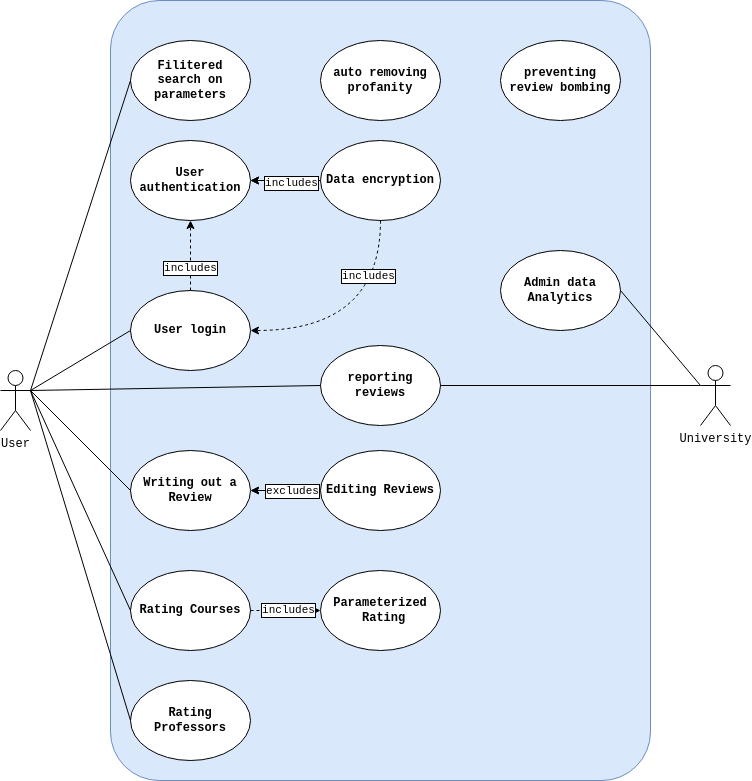
Ahmed-Waseem77/valuni keeps this draw.io diagram as requirements_specification/USECASE.drawio.png. Above is the earlier version. Source tidied: cells renumbered, new cells last; positions are measured from the earlier drawing's top-left corner, leaving out a move shared by most shapes. The source it was exported from:
```xml
<mxGraphModel>
  <root>
    <mxCell id="0" />
    <mxCell id="1" parent="0" />
    <mxCell id="2" style="rounded=1;whiteSpace=wrap;html=1;fontSize=11;arcSize=9;fillColor=#dae8fc;strokeColor=#6c8ebf;" parent="1" vertex="1">
      <mxGeometry x="110" width="540" height="780" as="geometry" />
    </mxCell>
    <mxCell id="3" value="University" style="shape=umlActor;verticalLabelPosition=bottom;verticalAlign=top;html=1;outlineConnect=0;fontFamily=Courier New;" parent="1" vertex="1">
      <mxGeometry x="700" y="365" width="30" height="60" as="geometry" />
    </mxCell>
    <mxCell id="4" value="User" style="shape=umlActor;verticalLabelPosition=bottom;verticalAlign=top;html=1;outlineConnect=0;fontFamily=Courier New;" parent="1" vertex="1">
      <mxGeometry y="370" width="30" height="60" as="geometry" />
    </mxCell>
    <mxCell id="5" value="User authentication" style="ellipse;whiteSpace=wrap;html=1;fontStyle=1;fontFamily=Courier New;fontSize=12;" parent="1" vertex="1">
      <mxGeometry x="130" y="140" width="120" height="80" as="geometry" />
    </mxCell>
    <mxCell id="6" value="User login" style="ellipse;whiteSpace=wrap;html=1;fontStyle=1;fontFamily=Courier New;fontSize=12;" parent="1" vertex="1">
      <mxGeometry x="130" y="290" width="120" height="80" as="geometry" />
    </mxCell>
    <mxCell id="7" style="edgeStyle=orthogonalEdgeStyle;rounded=0;jettySize=auto;html=1;" parent="1" edge="1" source="8" target="5">
      <mxGeometry relative="1" as="geometry" />
    </mxCell>
    <mxCell id="8" value="Data encryption" style="ellipse;whiteSpace=wrap;html=1;fontStyle=1;fontFamily=Courier New;fontSize=12;" parent="1" vertex="1">
      <mxGeometry x="320" y="140" width="120" height="80" as="geometry" />
    </mxCell>
    <mxCell id="9" value="Rating Courses" style="ellipse;whiteSpace=wrap;html=1;fontStyle=1;fontFamily=Courier New;fontSize=12;" parent="1" vertex="1">
      <mxGeometry x="130" y="570" width="120" height="80" as="geometry" />
    </mxCell>
    <mxCell id="10" value="Rating Professors" style="ellipse;whiteSpace=wrap;html=1;fontStyle=1;fontFamily=Courier New;fontSize=12;" parent="1" vertex="1">
      <mxGeometry x="130" y="680" width="120" height="80" as="geometry" />
    </mxCell>
    <mxCell id="11" value="Writing out a Review" style="ellipse;whiteSpace=wrap;html=1;fontStyle=1;fontFamily=Courier New;fontSize=12;" parent="1" vertex="1">
      <mxGeometry x="130" y="450" width="120" height="80" as="geometry" />
    </mxCell>
    <mxCell id="12" value="Parameterized&lt;br style=&quot;font-size: 12px;&quot;&gt;&amp;nbsp;Rating" style="ellipse;whiteSpace=wrap;html=1;fontStyle=1;fontFamily=Courier New;fontSize=12;" parent="1" vertex="1">
      <mxGeometry x="320" y="570" width="120" height="80" as="geometry" />
    </mxCell>
    <mxCell id="13" value="Filitered &lt;br&gt;search on parameters" style="ellipse;whiteSpace=wrap;html=1;fontStyle=1;fontFamily=Courier New;fontSize=12;" parent="1" vertex="1">
      <mxGeometry x="130" y="40" width="120" height="80" as="geometry" />
    </mxCell>
    <mxCell id="14" value="auto removing profanity" style="ellipse;whiteSpace=wrap;html=1;fontStyle=1;fontFamily=Courier New;fontSize=12;" parent="1" vertex="1">
      <mxGeometry x="320" y="40" width="120" height="80" as="geometry" />
    </mxCell>
    <mxCell id="15" value="reporting reviews" style="ellipse;whiteSpace=wrap;html=1;fontStyle=1;fontFamily=Courier New;fontSize=12;" parent="1" vertex="1">
      <mxGeometry x="320" y="345" width="120" height="80" as="geometry" />
    </mxCell>
    <mxCell id="16" style="edgeStyle=orthogonalEdgeStyle;rounded=0;jettySize=auto;html=1;" parent="1" edge="1" source="17" target="11">
      <mxGeometry relative="1" as="geometry" />
    </mxCell>
    <mxCell id="17" value="Editing Reviews" style="ellipse;whiteSpace=wrap;html=1;fontStyle=1;fontFamily=Courier New;fontSize=12;" parent="1" vertex="1">
      <mxGeometry x="320" y="450" width="120" height="80" as="geometry" />
    </mxCell>
    <mxCell id="18" value="preventing review bombing" style="ellipse;whiteSpace=wrap;html=1;fontStyle=1;fontFamily=Courier New;fontSize=12;" parent="1" vertex="1">
      <mxGeometry x="500" y="40" width="120" height="80" as="geometry" />
    </mxCell>
    <mxCell id="19" value="Admin data Analytics" style="ellipse;whiteSpace=wrap;html=1;fontStyle=1;fontFamily=Courier New;fontSize=12;" parent="1" vertex="1">
      <mxGeometry x="500" y="250" width="120" height="80" as="geometry" />
    </mxCell>
    <mxCell id="20" style="endArrow=none;html=1;rounded=0;exitX=1;exitY=0.3333333333333333;exitDx=0;exitDy=0;exitPerimeter=0;entryX=0;entryY=0.5;entryDx=0;entryDy=0;" parent="1" edge="1" source="4" target="6">
      <mxGeometry relative="1" as="geometry" />
    </mxCell>
    <mxCell id="21" style="endArrow=classic;html=1;rounded=0;exitX=0.5;exitY=0;exitDx=0;exitDy=0;entryX=0.5;entryY=1;entryDx=0;entryDy=0;fontFamily=Courier New;dashed=1;" parent="1" edge="1" source="6" target="5">
      <mxGeometry relative="1" as="geometry" />
    </mxCell>
    <mxCell id="22" value="includes" style="edgeLabel;html=1;align=center;verticalAlign=middle;labelBackgroundColor=default;fontFamily=Courier New;labelBorderColor=default;" parent="21" vertex="1">
      <mxGeometry x="-0.38" y="1" relative="1" as="geometry" />
    </mxCell>
    <mxCell id="23" style="endArrow=none;html=1;rounded=0;exitX=1;exitY=0.5;exitDx=0;exitDy=0;entryX=0;entryY=0.5;entryDx=0;entryDy=0;endFill=0;startArrow=classicThin;startFill=1;fontFamily=Courier New;dashed=1;" parent="1" edge="1" source="11" target="17">
      <mxGeometry relative="1" as="geometry" />
    </mxCell>
    <mxCell id="24" value="excludes" style="edgeLabel;html=1;align=center;verticalAlign=middle;labelBackgroundColor=default;fontFamily=Courier New;labelBorderColor=default;" parent="23" vertex="1">
      <mxGeometry x="0.42" y="-1" relative="1" as="geometry">
        <mxPoint x="-9" y="-1" as="offset" />
      </mxGeometry>
    </mxCell>
    <mxCell id="25" style="endArrow=none;html=1;rounded=0;entryX=0;entryY=0.3333333333333333;entryDx=0;entryDy=0;entryPerimeter=0;exitX=1;exitY=0.5;exitDx=0;exitDy=0;" parent="1" edge="1" source="19" target="3">
      <mxGeometry relative="1" as="geometry" />
    </mxCell>
    <mxCell id="26" style="endArrow=classic;html=1;rounded=0;entryX=1;entryY=0.5;entryDx=0;entryDy=0;fontFamily=Courier New;dashed=1;" parent="1" edge="1" target="5">
      <mxGeometry relative="1" as="geometry">
        <mxPoint x="320" y="180" as="sourcePoint" />
      </mxGeometry>
    </mxCell>
    <mxCell id="27" value="includes" style="edgeLabel;html=1;align=center;verticalAlign=middle;labelBackgroundColor=default;fontFamily=Courier New;labelBorderColor=default;" parent="26" vertex="1">
      <mxGeometry x="-0.15" y="2" relative="1" as="geometry" />
    </mxCell>
    <mxCell id="28" style="endArrow=none;html=1;rounded=0;exitX=1;exitY=0.3333333333333333;exitDx=0;exitDy=0;exitPerimeter=0;entryX=0;entryY=0.5;entryDx=0;entryDy=0;" parent="1" edge="1" source="4" target="9">
      <mxGeometry relative="1" as="geometry" />
    </mxCell>
    <mxCell id="29" style="endArrow=none;html=1;rounded=0;exitX=1;exitY=0.3333333333333333;exitDx=0;exitDy=0;exitPerimeter=0;entryX=0;entryY=0.5;entryDx=0;entryDy=0;" parent="1" edge="1" source="4" target="11">
      <mxGeometry relative="1" as="geometry" />
    </mxCell>
    <mxCell id="30" style="endArrow=none;html=1;rounded=0;entryX=0;entryY=0.5;entryDx=0;entryDy=0;" parent="1" edge="1" target="10">
      <mxGeometry relative="1" as="geometry">
        <mxPoint x="30" y="390" as="sourcePoint" />
      </mxGeometry>
    </mxCell>
    <mxCell id="31" style="endArrow=classic;html=1;rounded=0;exitX=1;exitY=0.5;exitDx=0;exitDy=0;entryX=0;entryY=0.5;entryDx=0;entryDy=0;fontFamily=Courier New;dashed=1;" parent="1" edge="1" source="9" target="12">
      <mxGeometry relative="1" as="geometry" />
    </mxCell>
    <mxCell id="32" value="includes" style="edgeLabel;html=1;align=center;verticalAlign=middle;labelBackgroundColor=default;fontFamily=Courier New;labelBorderColor=default;" parent="31" vertex="1">
      <mxGeometry x="0.09" y="1" relative="1" as="geometry" />
    </mxCell>
    <mxCell id="33" style="endArrow=none;html=1;rounded=0;entryX=0;entryY=0.5;entryDx=0;entryDy=0;" parent="1" edge="1" target="13">
      <mxGeometry relative="1" as="geometry">
        <mxPoint x="30" y="390" as="sourcePoint" />
      </mxGeometry>
    </mxCell>
    <mxCell id="34" style="endArrow=classic;html=1;rounded=0;entryX=1;entryY=0.5;entryDx=0;entryDy=0;edgeStyle=orthogonalEdgeStyle;curved=1;exitX=0.5;exitY=1;exitDx=0;exitDy=0;fontFamily=Courier New;dashed=1;" parent="1" edge="1" source="8" target="6">
      <mxGeometry relative="1" as="geometry">
        <Array as="points">
          <mxPoint x="380" y="330" />
        </Array>
      </mxGeometry>
    </mxCell>
    <mxCell id="35" value="includes" style="edgeLabel;html=1;align=center;verticalAlign=middle;labelBackgroundColor=default;fontFamily=Courier New;labelBorderColor=default;" parent="34" vertex="1">
      <mxGeometry x="-0.54" y="-13" relative="1" as="geometry" />
    </mxCell>
    <mxCell id="36" style="endArrow=none;html=1;rounded=0;entryX=0;entryY=0.5;entryDx=0;entryDy=0;" parent="1" edge="1" target="15">
      <mxGeometry relative="1" as="geometry">
        <mxPoint x="30" y="390" as="sourcePoint" />
      </mxGeometry>
    </mxCell>
    <mxCell id="37" style="endArrow=none;html=1;rounded=0;exitX=1;exitY=0.5;exitDx=0;exitDy=0;entryX=0;entryY=0.3333333333333333;entryDx=0;entryDy=0;entryPerimeter=0;" parent="1" edge="1" source="15" target="3">
      <mxGeometry relative="1" as="geometry" />
    </mxCell>
  </root>
</mxGraphModel>
```
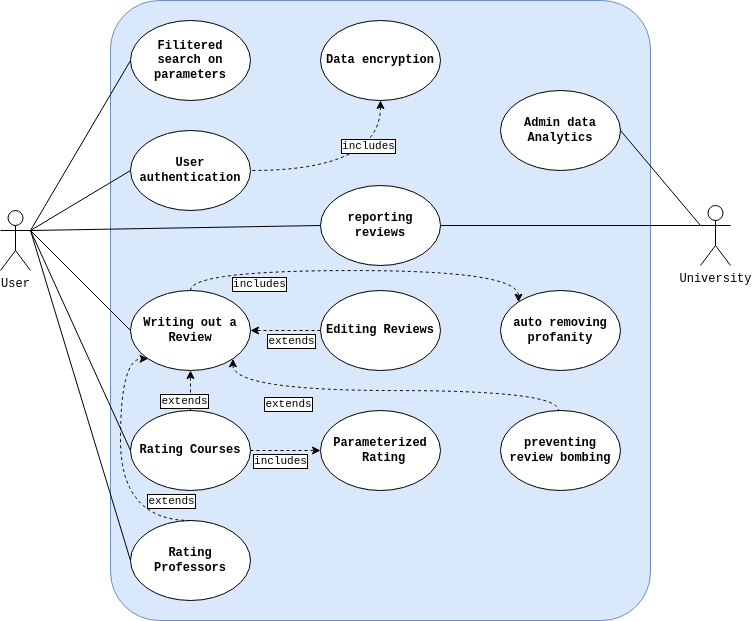
After the change.

Commit message:
RS document, Usecases updated

What changed in the source:
```diff
@@ -3,7 +3,7 @@
     <mxCell id="0" />
     <mxCell id="1" parent="0" />
     <mxCell id="2" style="rounded=1;whiteSpace=wrap;html=1;fontSize=11;arcSize=9;fillColor=#dae8fc;strokeColor=#6c8ebf;" parent="1" vertex="1">
-      <mxGeometry x="110" width="540" height="780" as="geometry" />
+      <mxGeometry x="110" y="160" width="540" height="620" as="geometry" />
     </mxCell>
     <mxCell id="3" value="University" style="shape=umlActor;verticalLabelPosition=bottom;verticalAlign=top;html=1;outlineConnect=0;fontFamily=Courier New;" parent="1" vertex="1">
       <mxGeometry x="700" y="365" width="30" height="60" as="geometry" />
@@ -12,16 +12,10 @@
       <mxGeometry y="370" width="30" height="60" as="geometry" />
     </mxCell>
     <mxCell id="5" value="User authentication" style="ellipse;whiteSpace=wrap;html=1;fontStyle=1;fontFamily=Courier New;fontSize=12;" parent="1" vertex="1">
-      <mxGeometry x="130" y="140" width="120" height="80" as="geometry" />
+      <mxGeometry x="130" y="290" width="120" height="80" as="geometry" />
     </mxCell>
-    <mxCell id="6" value="User login" style="ellipse;whiteSpace=wrap;html=1;fontStyle=1;fontFamily=Courier New;fontSize=12;" parent="1" vertex="1">
-      <mxGeometry x="130" y="290" width="120" height="80" as="geometry" />
-    </mxCell>
-    <mxCell id="7" style="edgeStyle=orthogonalEdgeStyle;rounded=0;jettySize=auto;html=1;" parent="1" edge="1" source="8" target="5">
-      <mxGeometry relative="1" as="geometry" />
-    </mxCell>
     <mxCell id="8" value="Data encryption" style="ellipse;whiteSpace=wrap;html=1;fontStyle=1;fontFamily=Courier New;fontSize=12;" parent="1" vertex="1">
-      <mxGeometry x="320" y="140" width="120" height="80" as="geometry" />
+      <mxGeometry x="320" y="180" width="120" height="80" as="geometry" />
     </mxCell>
     <mxCell id="9" value="Rating Courses" style="ellipse;whiteSpace=wrap;html=1;fontStyle=1;fontFamily=Courier New;fontSize=12;" parent="1" vertex="1">
       <mxGeometry x="130" y="570" width="120" height="80" as="geometry" />
@@ -36,54 +30,39 @@
       <mxGeometry x="320" y="570" width="120" height="80" as="geometry" />
     </mxCell>
     <mxCell id="13" value="Filitered &lt;br&gt;search on parameters" style="ellipse;whiteSpace=wrap;html=1;fontStyle=1;fontFamily=Courier New;fontSize=12;" parent="1" vertex="1">
-      <mxGeometry x="130" y="40" width="120" height="80" as="geometry" />
+      <mxGeometry x="130" y="180" width="120" height="80" as="geometry" />
     </mxCell>
     <mxCell id="14" value="auto removing profanity" style="ellipse;whiteSpace=wrap;html=1;fontStyle=1;fontFamily=Courier New;fontSize=12;" parent="1" vertex="1">
-      <mxGeometry x="320" y="40" width="120" height="80" as="geometry" />
+      <mxGeometry x="500" y="450" width="120" height="80" as="geometry" />
     </mxCell>
     <mxCell id="15" value="reporting reviews" style="ellipse;whiteSpace=wrap;html=1;fontStyle=1;fontFamily=Courier New;fontSize=12;" parent="1" vertex="1">
       <mxGeometry x="320" y="345" width="120" height="80" as="geometry" />
     </mxCell>
-    <mxCell id="16" style="edgeStyle=orthogonalEdgeStyle;rounded=0;jettySize=auto;html=1;" parent="1" edge="1" source="17" target="11">
+    <mxCell id="16" style="edgeStyle=orthogonalEdgeStyle;rounded=0;jettySize=auto;html=1;dashed=1;" parent="1" edge="1" source="17" target="11">
       <mxGeometry relative="1" as="geometry" />
     </mxCell>
+    <mxCell id="38" value="extends" style="edgeLabel;html=1;align=center;verticalAlign=middle;fontFamily=Courier New;labelBorderColor=default;" parent="16" vertex="1">
+      <mxGeometry x="-0.35" relative="1" as="geometry">
+        <mxPoint x="-7" y="10" as="offset" />
+      </mxGeometry>
+    </mxCell>
     <mxCell id="17" value="Editing Reviews" style="ellipse;whiteSpace=wrap;html=1;fontStyle=1;fontFamily=Courier New;fontSize=12;" parent="1" vertex="1">
       <mxGeometry x="320" y="450" width="120" height="80" as="geometry" />
     </mxCell>
     <mxCell id="18" value="preventing review bombing" style="ellipse;whiteSpace=wrap;html=1;fontStyle=1;fontFamily=Courier New;fontSize=12;" parent="1" vertex="1">
-      <mxGeometry x="500" y="40" width="120" height="80" as="geometry" />
+      <mxGeometry x="500" y="570" width="120" height="80" as="geometry" />
     </mxCell>
     <mxCell id="19" value="Admin data Analytics" style="ellipse;whiteSpace=wrap;html=1;fontStyle=1;fontFamily=Courier New;fontSize=12;" parent="1" vertex="1">
       <mxGeometry x="500" y="250" width="120" height="80" as="geometry" />
     </mxCell>
-    <mxCell id="20" style="endArrow=none;html=1;rounded=0;exitX=1;exitY=0.3333333333333333;exitDx=0;exitDy=0;exitPerimeter=0;entryX=0;entryY=0.5;entryDx=0;entryDy=0;" parent="1" edge="1" source="4" target="6">
-      <mxGeometry relative="1" as="geometry" />
+    <mxCell id="20" style="endArrow=none;html=1;rounded=0;exitX=1;exitY=0.3333333333333333;exitDx=0;exitDy=0;exitPerimeter=0;entryX=0;entryY=0.5;entryDx=0;entryDy=0;" parent="1" edge="1" source="4">
+      <mxGeometry relative="1" as="geometry">
+        <mxPoint x="130" y="330" as="targetPoint" />
+      </mxGeometry>
     </mxCell>
-    <mxCell id="21" style="endArrow=classic;html=1;rounded=0;exitX=0.5;exitY=0;exitDx=0;exitDy=0;entryX=0.5;entryY=1;entryDx=0;entryDy=0;fontFamily=Courier New;dashed=1;" parent="1" edge="1" source="6" target="5">
-      <mxGeometry relative="1" as="geometry" />
-    </mxCell>
-    <mxCell id="22" value="includes" style="edgeLabel;html=1;align=center;verticalAlign=middle;labelBackgroundColor=default;fontFamily=Courier New;labelBorderColor=default;" parent="21" vertex="1">
-      <mxGeometry x="-0.38" y="1" relative="1" as="geometry" />
-    </mxCell>
-    <mxCell id="23" style="endArrow=none;html=1;rounded=0;exitX=1;exitY=0.5;exitDx=0;exitDy=0;entryX=0;entryY=0.5;entryDx=0;entryDy=0;endFill=0;startArrow=classicThin;startFill=1;fontFamily=Courier New;dashed=1;" parent="1" edge="1" source="11" target="17">
-      <mxGeometry relative="1" as="geometry" />
-    </mxCell>
-    <mxCell id="24" value="excludes" style="edgeLabel;html=1;align=center;verticalAlign=middle;labelBackgroundColor=default;fontFamily=Courier New;labelBorderColor=default;" parent="23" vertex="1">
-      <mxGeometry x="0.42" y="-1" relative="1" as="geometry">
-        <mxPoint x="-9" y="-1" as="offset" />
-      </mxGeometry>
-    </mxCell>
     <mxCell id="25" style="endArrow=none;html=1;rounded=0;entryX=0;entryY=0.3333333333333333;entryDx=0;entryDy=0;entryPerimeter=0;exitX=1;exitY=0.5;exitDx=0;exitDy=0;" parent="1" edge="1" source="19" target="3">
       <mxGeometry relative="1" as="geometry" />
     </mxCell>
-    <mxCell id="26" style="endArrow=classic;html=1;rounded=0;entryX=1;entryY=0.5;entryDx=0;entryDy=0;fontFamily=Courier New;dashed=1;" parent="1" edge="1" target="5">
-      <mxGeometry relative="1" as="geometry">
-        <mxPoint x="320" y="180" as="sourcePoint" />
-      </mxGeometry>
-    </mxCell>
-    <mxCell id="27" value="includes" style="edgeLabel;html=1;align=center;verticalAlign=middle;labelBackgroundColor=default;fontFamily=Courier New;labelBorderColor=default;" parent="26" vertex="1">
-      <mxGeometry x="-0.15" y="2" relative="1" as="geometry" />
-    </mxCell>
     <mxCell id="28" style="endArrow=none;html=1;rounded=0;exitX=1;exitY=0.3333333333333333;exitDx=0;exitDy=0;exitPerimeter=0;entryX=0;entryY=0.5;entryDx=0;entryDy=0;" parent="1" edge="1" source="4" target="9">
       <mxGeometry relative="1" as="geometry" />
     </mxCell>
@@ -99,15 +78,18 @@
       <mxGeometry relative="1" as="geometry" />
     </mxCell>
     <mxCell id="32" value="includes" style="edgeLabel;html=1;align=center;verticalAlign=middle;labelBackgroundColor=default;fontFamily=Courier New;labelBorderColor=default;" parent="31" vertex="1">
-      <mxGeometry x="0.09" y="1" relative="1" as="geometry" />
+      <mxGeometry x="0.09" y="1" relative="1" as="geometry">
+        <mxPoint x="-8" y="11" as="offset" />
+      </mxGeometry>
     </mxCell>
     <mxCell id="33" style="endArrow=none;html=1;rounded=0;entryX=0;entryY=0.5;entryDx=0;entryDy=0;" parent="1" edge="1" target="13">
       <mxGeometry relative="1" as="geometry">
         <mxPoint x="30" y="390" as="sourcePoint" />
       </mxGeometry>
     </mxCell>
-    <mxCell id="34" style="endArrow=classic;html=1;rounded=0;entryX=1;entryY=0.5;entryDx=0;entryDy=0;edgeStyle=orthogonalEdgeStyle;curved=1;exitX=0.5;exitY=1;exitDx=0;exitDy=0;fontFamily=Courier New;dashed=1;" parent="1" edge="1" source="8" target="6">
+    <mxCell id="34" style="endArrow=none;html=1;rounded=0;entryX=1;entryY=0.5;entryDx=0;entryDy=0;edgeStyle=orthogonalEdgeStyle;curved=1;exitX=0.5;exitY=1;exitDx=0;exitDy=0;fontFamily=Courier New;dashed=1;startArrow=classic;startFill=1;endFill=0;" parent="1" edge="1" source="8">
       <mxGeometry relative="1" as="geometry">
+        <mxPoint x="250" y="330" as="targetPoint" />
         <Array as="points">
           <mxPoint x="380" y="330" />
         </Array>
@@ -124,5 +106,50 @@
     <mxCell id="37" style="endArrow=none;html=1;rounded=0;exitX=1;exitY=0.5;exitDx=0;exitDy=0;entryX=0;entryY=0.3333333333333333;entryDx=0;entryDy=0;entryPerimeter=0;" parent="1" edge="1" source="15" target="3">
       <mxGeometry relative="1" as="geometry" />
     </mxCell>
+    <mxCell id="39" style="endArrow=classic;html=1;rounded=0;entryX=0;entryY=0;entryDx=0;entryDy=0;edgeStyle=orthogonalEdgeStyle;curved=1;exitX=0.5;exitY=0;exitDx=0;exitDy=0;fontFamily=Courier New;dashed=1;" parent="1" edge="1" source="11" target="14">
+      <mxGeometry relative="1" as="geometry">
+        <Array as="points">
+          <mxPoint x="190" y="430" />
+          <mxPoint x="518" y="430" />
+          <mxPoint x="518" y="462" />
+        </Array>
+      </mxGeometry>
+    </mxCell>
+    <mxCell id="40" value="includes" style="edgeLabel;html=1;align=center;verticalAlign=middle;labelBackgroundColor=default;fontFamily=Courier New;labelBorderColor=default;" parent="39" vertex="1">
+      <mxGeometry x="-0.54" y="-13" relative="1" as="geometry" />
+    </mxCell>
+    <mxCell id="41" style="endArrow=none;html=1;rounded=0;entryX=0;entryY=0;entryDx=0;entryDy=0;edgeStyle=orthogonalEdgeStyle;curved=1;exitX=1;exitY=1;exitDx=0;exitDy=0;fontFamily=Courier New;dashed=1;endFill=0;startArrow=classic;startFill=1;" parent="1" edge="1" source="11">
+      <mxGeometry relative="1" as="geometry">
+        <mxPoint x="558" y="570" as="targetPoint" />
+        <Array as="points">
+          <mxPoint x="232" y="550" />
+          <mxPoint x="558" y="550" />
+        </Array>
+      </mxGeometry>
+    </mxCell>
+    <mxCell id="42" value="extends&lt;br&gt;" style="edgeLabel;html=1;align=center;verticalAlign=middle;labelBackgroundColor=default;fontFamily=Courier New;labelBorderColor=default;" parent="41" vertex="1">
+      <mxGeometry x="-0.54" y="-13" relative="1" as="geometry" />
+    </mxCell>
+    <mxCell id="43" style="edgeStyle=orthogonalEdgeStyle;rounded=0;jettySize=auto;html=1;dashed=1;entryX=0.5;entryY=1;entryDx=0;entryDy=0;exitX=0.5;exitY=0;exitDx=0;exitDy=0;" parent="1" edge="1" source="9" target="11">
+      <mxGeometry relative="1" as="geometry" />
+    </mxCell>
+    <mxCell id="44" value="extends" style="edgeLabel;html=1;align=center;verticalAlign=middle;fontFamily=Courier New;labelBorderColor=default;" parent="43" vertex="1">
+      <mxGeometry x="-0.35" relative="1" as="geometry">
+        <mxPoint x="-7" y="3" as="offset" />
+      </mxGeometry>
+    </mxCell>
+    <mxCell id="45" style="edgeStyle=orthogonalEdgeStyle;rounded=0;jettySize=auto;html=1;dashed=1;entryX=0;entryY=1;entryDx=0;entryDy=0;exitX=0.5;exitY=0;exitDx=0;exitDy=0;curved=1;" parent="1" edge="1" source="10" target="11">
+      <mxGeometry relative="1" as="geometry">
+        <Array as="points">
+          <mxPoint x="120" y="680" />
+          <mxPoint x="120" y="518" />
+        </Array>
+      </mxGeometry>
+    </mxCell>
+    <mxCell id="46" value="extends" style="edgeLabel;html=1;align=center;verticalAlign=middle;fontFamily=Courier New;labelBorderColor=default;" parent="45" vertex="1">
+      <mxGeometry x="-0.35" relative="1" as="geometry">
+        <mxPoint x="50" y="-6" as="offset" />
+      </mxGeometry>
+    </mxCell>
   </root>
 </mxGraphModel>
```
